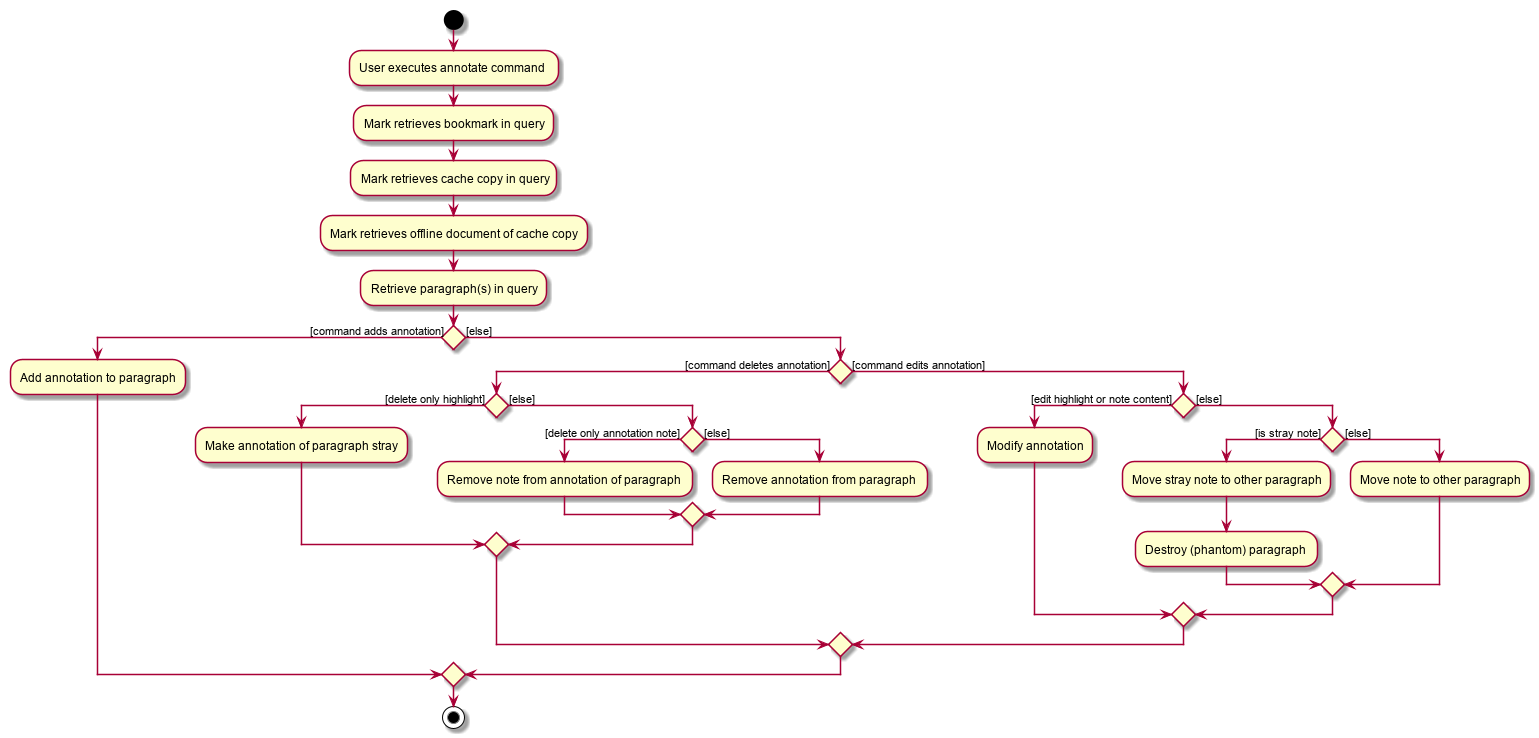
This is docs/images/AnnotationActivityDiagram.png from nus-cs2103-AY1920S1/addressbook-level3, a PlantUML export, as it was before one commit. Its diagram source:
```plantuml
@startuml
start
:User executes annotate command;
:Mark retrieves bookmark in query;
:Mark retrieves cache copy in query;
:Mark retrieves offline document of cache copy;


:Retrieve paragraph(s) in query;
if () then ([command adds annotation])
    :Add annotation to paragraph;
else ([else])
    if () then ([command deletes annotation])
        if () then ([delete only highlight])
            :Make annotation of paragraph stray;
        else ([else])
            if () then ([delete only annotation note])
                :Remove note from annotation of paragraph;
            else ([else])
                :Remove annotation from paragraph;
            endif
        endif
    else ([command edits annotation])
        if () then ([edit highlight or note content])
            :Modify annotation;
        else ([else])
            if () then ([is stray note])
                :Move stray note to other paragraph;
                :Destroy (phantom) paragraph;
            else ([else])
                :Move note to other paragraph;
            endif
        endif
    endif
endif
stop
@enduml
```
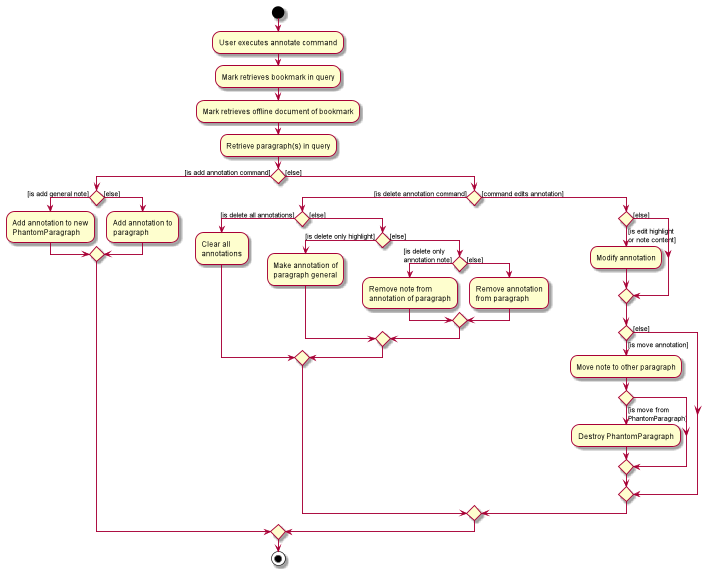
Above is the later version.

Commit message:
Touch up annotation feature of dg

The edit, as a diff of the source:
```diff
@@ -2,34 +2,43 @@
 start
 :User executes annotate command;
 :Mark retrieves bookmark in query;
-:Mark retrieves cache copy in query;
-:Mark retrieves offline document of cache copy;
+:Mark retrieves offline document of bookmark;
 
 
 :Retrieve paragraph(s) in query;
-if () then ([command adds annotation])
-    :Add annotation to paragraph;
+if () then ([is add annotation command])
+    if () then ([is add general note])
+        :Add annotation to new\nPhantomParagraph;
+    else ([else])
+        :Add annotation to\nparagraph;
+    endif
 else ([else])
-    if () then ([command deletes annotation])
-        if () then ([delete only highlight])
-            :Make annotation of paragraph stray;
+    if () then ([is delete annotation command])
+        if () then ([is delete all annotations])
+            :Clear all\nannotations;
         else ([else])
-            if () then ([delete only annotation note])
-                :Remove note from annotation of paragraph;
+            if () then ([is delete only highlight])
+                :Make annotation of\nparagraph general;
             else ([else])
-                :Remove annotation from paragraph;
+                if () then ([is delete only\nannotation note])
+                    :Remove note from\nannotation of paragraph;
+                else ([else])
+                    :Remove annotation\nfrom paragraph;
+                endif
             endif
         endif
     else ([command edits annotation])
-        if () then ([edit highlight or note content])
+        if () then ([is edit highlight\nor note content])
             :Modify annotation;
         else ([else])
-            if () then ([is stray note])
-                :Move stray note to other paragraph;
-                :Destroy (phantom) paragraph;
-            else ([else])
-                :Move note to other paragraph;
+        endif
+
+        if () then ([is move annotation])
+            :Move note to other paragraph;
+            if () then ([is move from\nPhantomParagraph])
+                :Destroy PhantomParagraph;
             endif
+        else ([else])
         endif
     endif
 endif
```
